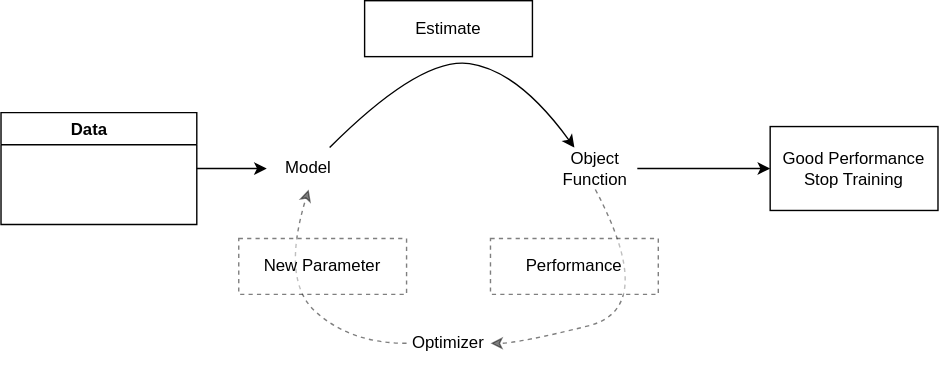
Earlier version of the draw.io export media/Supervised Learning.drawio.svg (arun-jathari/data-science-). Source tidied: cells renumbered, new cells last; positions are measured from the earlier drawing's top-left corner, leaving out a move shared by most shapes.
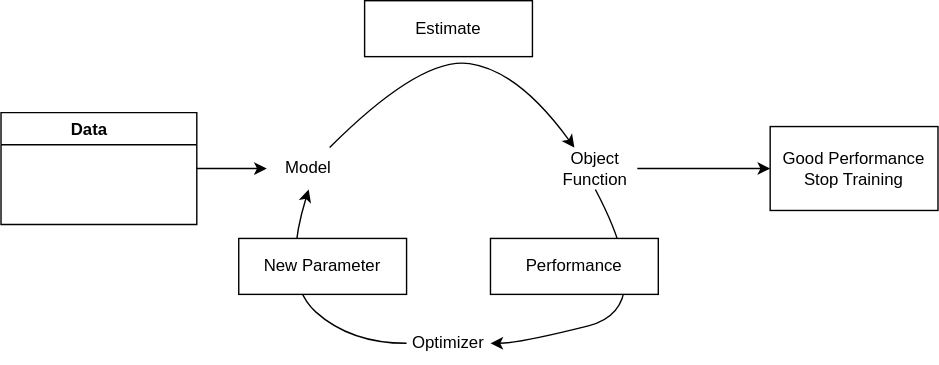
After the change.

The edit, as a diff of the source:
```diff
@@ -23,7 +23,7 @@
     <mxCell id="8" value="Estimate" style="rounded=0;whiteSpace=wrap;html=1;" parent="1" vertex="1">
       <mxGeometry x="260" width="120" height="40" as="geometry" />
     </mxCell>
-    <mxCell id="9" value="Optimizer" style="text;html=1;strokeColor=none;fillColor=none;align=center;verticalAlign=middle;whiteSpace=wrap;rounded=0;opacity=50;" parent="1" vertex="1">
+    <mxCell id="9" value="Optimizer" style="text;html=1;strokeColor=none;fillColor=none;align=center;verticalAlign=middle;whiteSpace=wrap;rounded=0;" parent="1" vertex="1">
       <mxGeometry x="290" y="230" width="60" height="30" as="geometry" />
     </mxCell>
     <mxCell id="10" style="curved=1;endArrow=classic;html=1;rounded=0;exitX=0.75;exitY=0;exitDx=0;exitDy=0;entryX=0.25;entryY=0;entryDx=0;entryDy=0;" parent="1" edge="1" source="4" target="6">
@@ -34,7 +34,7 @@
         </Array>
       </mxGeometry>
     </mxCell>
-    <mxCell id="11" style="curved=1;endArrow=classic;html=1;rounded=0;exitX=0;exitY=0.5;exitDx=0;exitDy=0;entryX=0.5;entryY=1;entryDx=0;entryDy=0;dashed=1;opacity=50;" parent="1" edge="1" source="9" target="4">
+    <mxCell id="11" style="curved=1;endArrow=classic;html=1;rounded=0;exitX=0;exitY=0.5;exitDx=0;exitDy=0;entryX=0.5;entryY=1;entryDx=0;entryDy=0;" parent="1" edge="1" source="9" target="4">
       <mxGeometry relative="1" as="geometry">
         <Array as="points">
           <mxPoint x="250" y="245" />
@@ -42,10 +42,10 @@
         </Array>
       </mxGeometry>
     </mxCell>
-    <mxCell id="12" value="New Parameter" style="rounded=0;whiteSpace=wrap;html=1;dashed=1;opacity=50;" parent="1" vertex="1">
+    <mxCell id="12" value="New Parameter" style="rounded=0;whiteSpace=wrap;html=1;" parent="1" vertex="1">
       <mxGeometry x="170" y="170" width="120" height="40" as="geometry" />
     </mxCell>
-    <mxCell id="13" style="curved=1;endArrow=classic;html=1;rounded=0;exitX=0.5;exitY=1;exitDx=0;exitDy=0;entryX=1;entryY=0.5;entryDx=0;entryDy=0;dashed=1;opacity=50;" parent="1" edge="1" source="6" target="9">
+    <mxCell id="13" style="curved=1;endArrow=classic;html=1;rounded=0;exitX=0.5;exitY=1;exitDx=0;exitDy=0;entryX=1;entryY=0.5;entryDx=0;entryDy=0;" parent="1" edge="1" source="6" target="9">
       <mxGeometry relative="1" as="geometry">
         <Array as="points">
           <mxPoint x="470" y="220" />
@@ -53,7 +53,7 @@
         </Array>
       </mxGeometry>
     </mxCell>
-    <mxCell id="14" value="Performance" style="rounded=0;whiteSpace=wrap;html=1;dashed=1;opacity=50;" parent="1" vertex="1">
+    <mxCell id="14" value="Performance" style="rounded=0;whiteSpace=wrap;html=1;" parent="1" vertex="1">
       <mxGeometry x="350" y="170" width="120" height="40" as="geometry" />
     </mxCell>
   </root>
```
